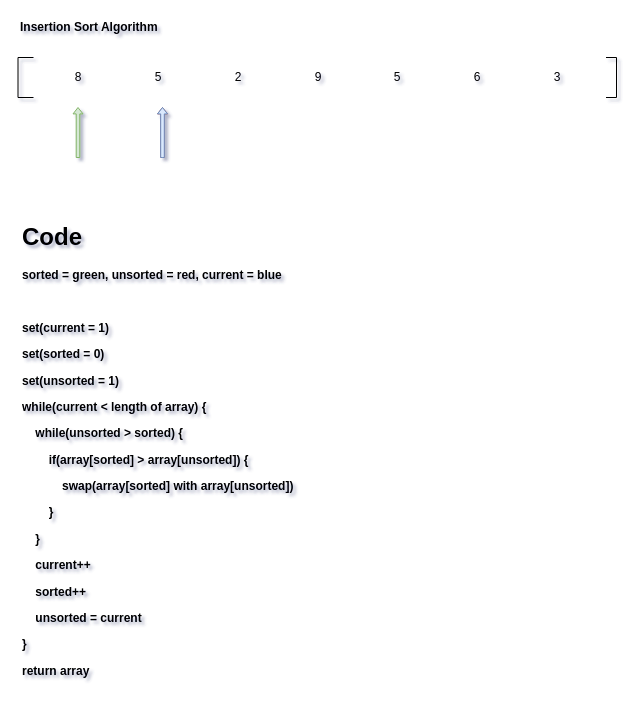
Before: Insertion Sort Algorithm Analysis.drawio in razaman2/diagram, a draw.io diagram. Source tidied: cells renumbered, new cells numbered last; positions are measured from the earlier drawing's top-left corner, leaving out a move shared by most shapes. Both pictures are drawn from the tidied source at 100%, with x=0, y=0 at pixel (5, 17).
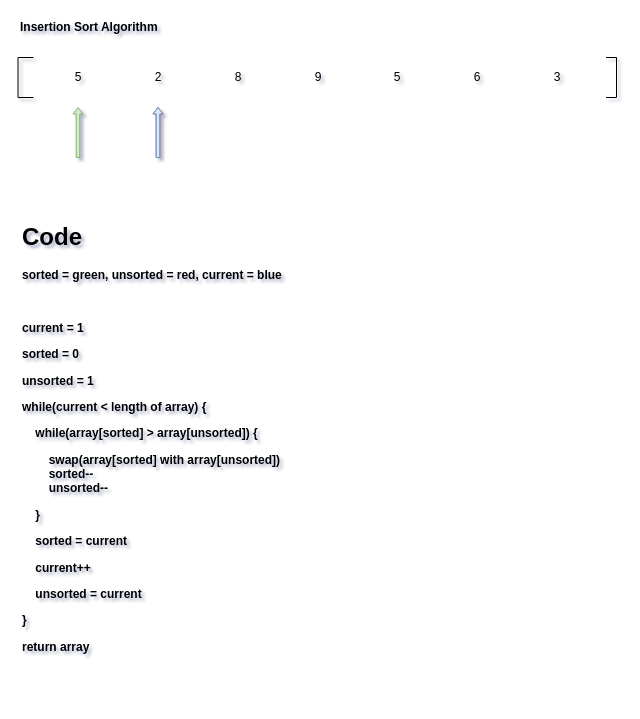
Above is the later version.

What changed in the source:
```diff
@@
 <mxGraphModel shadow="1">
   <root>
     <mxCell id="0" />
     <mxCell id="1" parent="0" />
-    <mxCell id="2" value="&lt;h1&gt;Code&lt;/h1&gt;&lt;p&gt;&lt;b&gt;sorted = green, unsorted&amp;nbsp;&lt;span&gt;= red, current&lt;/span&gt;&lt;span&gt;&amp;nbsp;= blue&lt;/span&gt;&lt;/b&gt;&lt;/p&gt;&lt;p&gt;&lt;b&gt;&lt;span&gt;&lt;br&gt;&lt;/span&gt;&lt;/b&gt;&lt;/p&gt;&lt;p&gt;&lt;b&gt;&lt;span&gt;set(current = 1)&lt;/span&gt;&lt;/b&gt;&lt;/p&gt;&lt;p&gt;&lt;b&gt;&lt;span&gt;set(sorted = 0)&lt;/span&gt;&lt;/b&gt;&lt;/p&gt;&lt;p&gt;&lt;b&gt;&lt;span&gt;set(unsorted = 1)&lt;/span&gt;&lt;/b&gt;&lt;/p&gt;&lt;p&gt;&lt;b&gt;&lt;span&gt;while(current &amp;lt; length of array) {&lt;/span&gt;&lt;/b&gt;&lt;/p&gt;&lt;p&gt;&lt;b&gt;&lt;span&gt;&amp;nbsp; &amp;nbsp; while(unsorted &amp;gt; sorted) {&lt;/span&gt;&lt;/b&gt;&lt;/p&gt;&lt;p&gt;&lt;b&gt;&lt;span&gt;&amp;nbsp; &amp;nbsp; &amp;nbsp; &amp;nbsp; if(array[sorted] &amp;gt; array[unsorted]) {&lt;/span&gt;&lt;/b&gt;&lt;/p&gt;&lt;p&gt;&lt;b&gt;&lt;span&gt;&amp;nbsp; &amp;nbsp; &amp;nbsp; &amp;nbsp; &amp;nbsp; &amp;nbsp; swap(array[sorted] with array[unsorted])&lt;/span&gt;&lt;/b&gt;&lt;/p&gt;&lt;p&gt;&lt;b&gt;&lt;span&gt;&amp;nbsp; &amp;nbsp; &amp;nbsp; &amp;nbsp; }&lt;/span&gt;&lt;/b&gt;&lt;/p&gt;&lt;p&gt;&lt;b&gt;&lt;span&gt;&amp;nbsp; &amp;nbsp; }&lt;/span&gt;&lt;/b&gt;&lt;/p&gt;&lt;p&gt;&lt;b&gt;&lt;span&gt;&amp;nbsp; &amp;nbsp; current++&lt;/span&gt;&lt;/b&gt;&lt;/p&gt;&lt;p&gt;&lt;b&gt;&lt;span&gt;&amp;nbsp; &amp;nbsp; sorted++&lt;/span&gt;&lt;/b&gt;&lt;/p&gt;&lt;p&gt;&lt;b&gt;&lt;span&gt;&amp;nbsp; &amp;nbsp; unsorted = current&lt;/span&gt;&lt;/b&gt;&lt;/p&gt;&lt;p&gt;&lt;b&gt;&lt;span&gt;}&lt;/span&gt;&lt;/b&gt;&lt;/p&gt;&lt;p&gt;&lt;b&gt;return array&lt;/b&gt;&lt;/p&gt;&lt;p&gt;&lt;span&gt;&lt;br&gt;&lt;/span&gt;&lt;/p&gt;&lt;p&gt;&lt;span&gt;&lt;br&gt;&lt;/span&gt;&lt;/p&gt;&lt;p&gt;&lt;span&gt;&lt;br&gt;&lt;/span&gt;&lt;/p&gt;&lt;p&gt;&lt;br&gt;&lt;/p&gt;" style="text;html=1;strokeColor=none;fillColor=none;spacing=5;spacingTop=-20;whiteSpace=wrap;overflow=hidden;rounded=0;" parent="1" vertex="1">
+    <mxCell id="2" value="&lt;h1&gt;Code&lt;/h1&gt;&lt;p&gt;&lt;b&gt;sorted = green, unsorted&amp;nbsp;&lt;span&gt;= red, current&lt;/span&gt;&lt;span&gt;&amp;nbsp;= blue&lt;/span&gt;&lt;/b&gt;&lt;/p&gt;&lt;p&gt;&lt;b&gt;&lt;span&gt;&lt;br&gt;&lt;/span&gt;&lt;/b&gt;&lt;/p&gt;&lt;p&gt;&lt;b&gt;&lt;span&gt;current = 1&lt;/span&gt;&lt;/b&gt;&lt;/p&gt;&lt;p&gt;&lt;b&gt;&lt;span&gt;sorted = 0&lt;/span&gt;&lt;/b&gt;&lt;/p&gt;&lt;p&gt;&lt;b&gt;unsorted = 1&lt;/b&gt;&lt;/p&gt;&lt;p&gt;&lt;b&gt;&lt;span&gt;while(current &amp;lt; length of array) {&lt;/span&gt;&lt;/b&gt;&lt;/p&gt;&lt;p&gt;&lt;b&gt;&lt;span&gt;&amp;nbsp; &amp;nbsp; while(&lt;/span&gt;&lt;/b&gt;&lt;b&gt;array[sorted] &amp;gt; array[unsorted]&lt;/b&gt;&lt;b&gt;&lt;span&gt;) {&lt;/span&gt;&lt;/b&gt;&lt;b&gt;&amp;nbsp; &amp;nbsp; &amp;nbsp; &amp;nbsp;&amp;nbsp;&lt;/b&gt;&lt;/p&gt;&lt;b&gt;&amp;nbsp; &amp;nbsp; &amp;nbsp; &amp;nbsp; swap(array[sorted] with array[unsorted])&lt;br&gt;&amp;nbsp; &amp;nbsp; &amp;nbsp; &amp;nbsp; sorted--&lt;br&gt;&amp;nbsp; &amp;nbsp; &amp;nbsp; &amp;nbsp; unsorted--&lt;br&gt;&lt;/b&gt;&lt;p&gt;&lt;b&gt;&lt;span&gt;&amp;nbsp; &amp;nbsp; }&lt;/span&gt;&lt;/b&gt;&lt;/p&gt;&lt;p&gt;&lt;b&gt;&lt;span&gt;&amp;nbsp; &amp;nbsp; sorted = current&lt;/span&gt;&lt;/b&gt;&lt;/p&gt;&lt;p&gt;&lt;b&gt;&amp;nbsp; &amp;nbsp; current++&lt;/b&gt;&lt;/p&gt;&lt;p&gt;&lt;b&gt;&amp;nbsp; &amp;nbsp; unsorted = current&lt;/b&gt;&lt;/p&gt;&lt;p&gt;&lt;b&gt;&lt;span&gt;}&lt;/span&gt;&lt;/b&gt;&lt;/p&gt;&lt;p&gt;&lt;b&gt;return array&lt;/b&gt;&lt;/p&gt;&lt;p&gt;&lt;span&gt;&lt;br&gt;&lt;/span&gt;&lt;/p&gt;&lt;p&gt;&lt;span&gt;&lt;br&gt;&lt;/span&gt;&lt;/p&gt;&lt;p&gt;&lt;span&gt;&lt;br&gt;&lt;/span&gt;&lt;/p&gt;&lt;p&gt;&lt;br&gt;&lt;/p&gt;" style="text;html=1;strokeColor=none;fillColor=none;spacing=5;spacingTop=-20;whiteSpace=wrap;overflow=hidden;rounded=0;" parent="1" vertex="1">
       <mxGeometry x="12" y="200" width="400" height="479" as="geometry" />
     </mxCell>
     <mxCell id="3" style="shape=partialRectangle;whiteSpace=wrap;html=1;bottom=1;right=1;left=1;top=0;fillColor=none;routingCenterX=-0.5;rotation=-90;" parent="1" vertex="1">
       <mxGeometry x="586" y="55" width="40" height="10" as="geometry" />
     </mxCell>
     <mxCell id="4" value="5" style="text;html=1;strokeColor=none;fillColor=none;align=center;verticalAlign=middle;whiteSpace=wrap;rounded=0;" parent="1" vertex="1">
       <mxGeometry x="372" y="50" width="40" height="20" as="geometry" />
     </mxCell>
     <mxCell id="5" value="6" style="text;html=1;strokeColor=none;fillColor=none;align=center;verticalAlign=middle;whiteSpace=wrap;rounded=0;" parent="1" vertex="1">
       <mxGeometry x="452" y="50" width="40" height="20" as="geometry" />
     </mxCell>
     <mxCell id="6" value="3" style="text;html=1;strokeColor=none;fillColor=none;align=center;verticalAlign=middle;whiteSpace=wrap;rounded=0;" parent="1" vertex="1">
       <mxGeometry x="532" y="50" width="40" height="20" as="geometry" />
     </mxCell>
     <mxCell id="7" style="html=1;shadow=0;dashed=0;align=center;verticalAlign=middle;shape=mxgraph.arrows2.arrow;dy=0.64;dx=6.4;direction=north;notch=0;fillColor=#f8cecc;strokeColor=#b85450;" parent="1" vertex="1">
-      <mxGeometry x="152" y="90" width="10" height="50" as="geometry" />
+      <mxGeometry x="147.5" y="90" width="10" height="50" as="geometry" />
     </mxCell>
     <mxCell id="8" style="html=1;shadow=0;dashed=0;align=center;verticalAlign=middle;shape=mxgraph.arrows2.arrow;dy=0.64;dx=6.4;direction=north;notch=0;fillColor=#dae8fc;strokeColor=#6c8ebf;" parent="1" vertex="1">
-      <mxGeometry x="152" y="90" width="10" height="50" as="geometry" />
+      <mxGeometry x="147.5" y="90" width="10" height="50" as="geometry" />
     </mxCell>
     <mxCell id="9" style="shape=partialRectangle;whiteSpace=wrap;html=1;bottom=1;right=1;left=1;top=0;fillColor=none;routingCenterX=-0.5;rotation=90;" parent="1" vertex="1">
       <mxGeometry y="52.5" width="40" height="15" as="geometry" />
     </mxCell>
     <mxCell id="10" value="9" style="text;html=1;strokeColor=none;fillColor=none;align=center;verticalAlign=middle;whiteSpace=wrap;rounded=0;" parent="1" vertex="1">
       <mxGeometry x="292.5" y="50" width="40" height="20" as="geometry" />
     </mxCell>
-    <mxCell id="11" value="2" style="text;html=1;strokeColor=none;fillColor=none;align=center;verticalAlign=middle;whiteSpace=wrap;rounded=0;" parent="1" vertex="1">
+    <mxCell id="11" value="8" style="text;html=1;strokeColor=none;fillColor=none;align=center;verticalAlign=middle;whiteSpace=wrap;rounded=0;" parent="1" vertex="1">
       <mxGeometry x="212.5" y="50" width="40" height="20" as="geometry" />
     </mxCell>
-    <mxCell id="12" value="5" style="text;html=1;strokeColor=none;fillColor=none;align=center;verticalAlign=middle;whiteSpace=wrap;rounded=0;" parent="1" vertex="1">
+    <mxCell id="12" value="2" style="text;html=1;strokeColor=none;fillColor=none;align=center;verticalAlign=middle;whiteSpace=wrap;rounded=0;" parent="1" vertex="1">
       <mxGeometry x="132.5" y="50" width="40" height="20" as="geometry" />
     </mxCell>
-    <mxCell id="13" value="8" style="text;html=1;strokeColor=none;fillColor=none;align=center;verticalAlign=middle;whiteSpace=wrap;rounded=0;" parent="1" vertex="1">
+    <mxCell id="13" value="5" style="text;html=1;strokeColor=none;fillColor=none;align=center;verticalAlign=middle;whiteSpace=wrap;rounded=0;" parent="1" vertex="1">
       <mxGeometry x="52.5" y="50" width="40" height="20" as="geometry" />
     </mxCell>
     <mxCell id="14" style="html=1;shadow=0;dashed=0;align=center;verticalAlign=middle;shape=mxgraph.arrows2.arrow;dy=0.64;dx=6.4;direction=north;notch=0;fillColor=#d5e8d4;strokeColor=#82b366;" parent="1" vertex="1">
       <mxGeometry x="67.5" y="90" width="10" height="50" as="geometry" />
     </mxCell>
     <mxCell id="15" value="Insertion Sort Algorithm" style="text;html=1;strokeColor=none;fillColor=none;align=left;verticalAlign=middle;whiteSpace=wrap;rounded=0;fontStyle=1;" parent="1" vertex="1">
       <mxGeometry x="12.5" width="240" height="20" as="geometry" />
     </mxCell>
   </root>
 </mxGraphModel>
```
